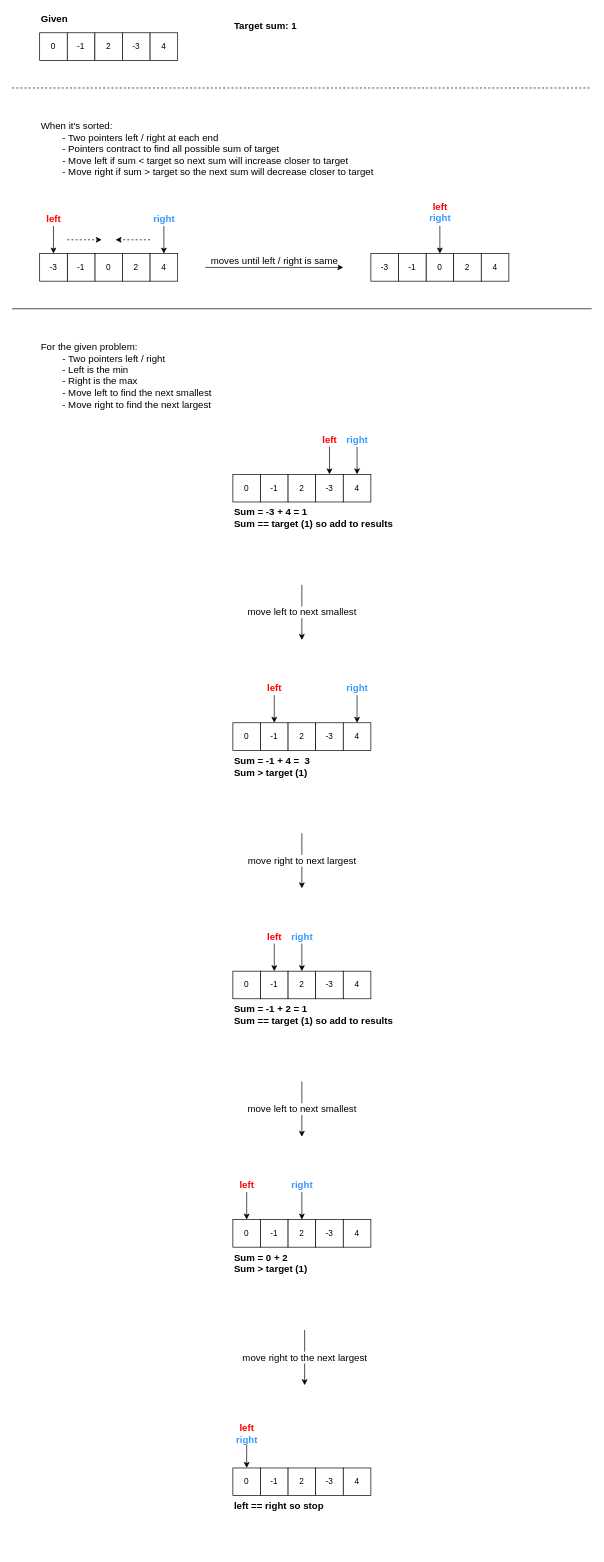
This is page "Page-1" (1 of 3) of 1879-two-sum-vii.drawio from moredrowsy/leetcode, a draw.io file, before an edit. Source tidied: cells renumbered, new cells numbered last; positions are measured from the earlier drawing's top-left corner, leaving out a move shared by most shapes. Both pictures are drawn from the tidied source at 69%, with x=0, y=0 at pixel (12, 12).
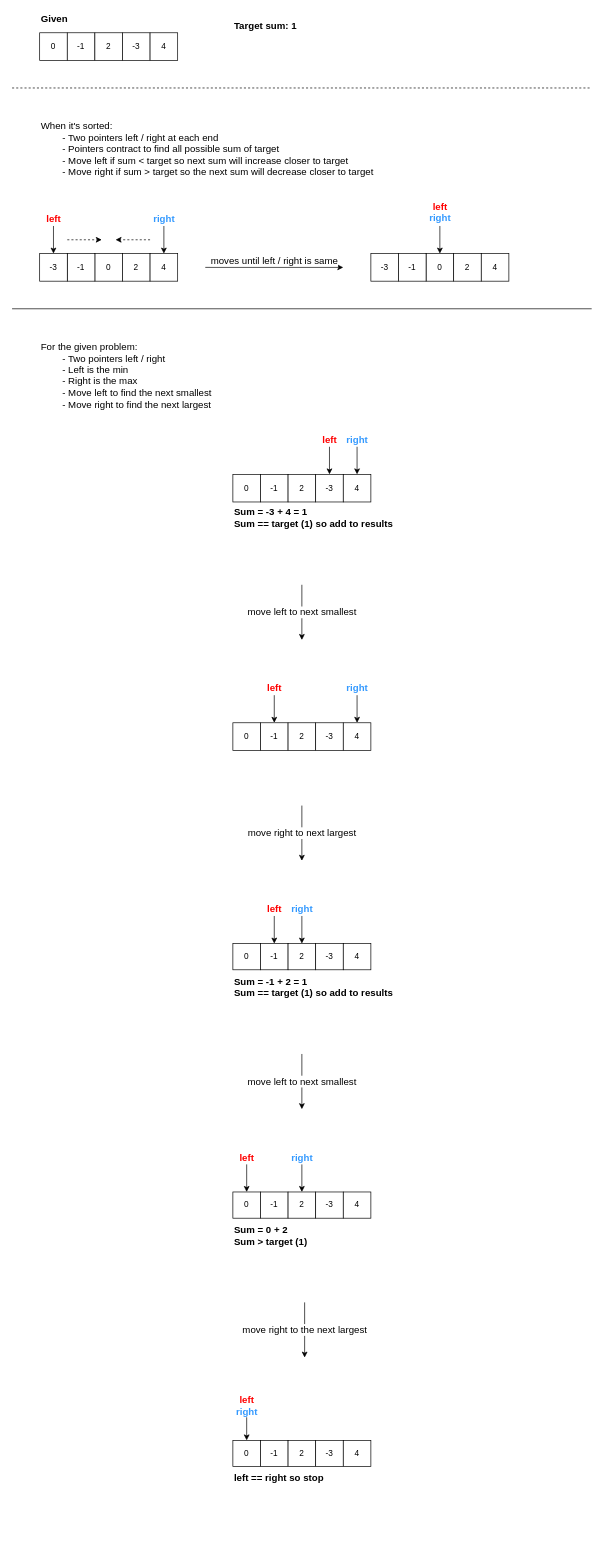
Above is the later version.

Change to the diagram source:
```diff
@@
-    <mxCell id="45" value="Sum = -1 + 4 =&amp;nbsp; 3&lt;br&gt;Sum &amp;gt; target (1)" style="text;html=1;strokeColor=none;fillColor=none;align=left;verticalAlign=top;whiteSpace=wrap;rounded=0;fontSize=14;fontStyle=1;" parent="1" vertex="1">
-      <mxGeometry x="320" y="1070" width="240" height="80" as="geometry" />
-    </mxCell>
     <mxCell id="46" value="0" style="rounded=0;whiteSpace=wrap;html=1;" parent="1" vertex="1">
-      <mxGeometry x="320" y="1390" width="40" height="40" as="geometry" />
+      <mxGeometry x="320" y="1350" width="40" height="38" as="geometry" />
     </mxCell>
     <mxCell id="47" value="-1" style="rounded=0;whiteSpace=wrap;html=1;" parent="1" vertex="1">
-      <mxGeometry x="360" y="1390" width="40" height="40" as="geometry" />
+      <mxGeometry x="360" y="1350" width="40" height="38" as="geometry" />
     </mxCell>
     <mxCell id="48" value="2" style="rounded=0;whiteSpace=wrap;html=1;" parent="1" vertex="1">
-      <mxGeometry x="400" y="1390" width="40" height="40" as="geometry" />
+      <mxGeometry x="400" y="1350" width="40" height="38" as="geometry" />
     </mxCell>
     <mxCell id="49" value="-3" style="rounded=0;whiteSpace=wrap;html=1;" parent="1" vertex="1">
-      <mxGeometry x="440" y="1390" width="40" height="40" as="geometry" />
+      <mxGeometry x="440" y="1350" width="40" height="38" as="geometry" />
     </mxCell>
     <mxCell id="50" value="4" style="rounded=0;whiteSpace=wrap;html=1;" parent="1" vertex="1">
-      <mxGeometry x="480" y="1390" width="40" height="40" as="geometry" />
+      <mxGeometry x="480" y="1350" width="40" height="38" as="geometry" />
     </mxCell>
     <mxCell id="51" value="&lt;font color=&quot;#ff0000&quot;&gt;left&lt;/font&gt;" style="endArrow=classic;html=1;fontStyle=1;fontSize=14;" parent="1" edge="1">
       <mxGeometry x="-1" y="-10" relative="1" as="geometry">
-        <mxPoint x="380" y="1350" as="sourcePoint" />
-        <mxPoint x="380" y="1390" as="targetPoint" />
+        <mxPoint x="380" y="1310" as="sourcePoint" />
+        <mxPoint x="380" y="1350" as="targetPoint" />
         <mxPoint x="10" y="-10" as="offset" />
       </mxGeometry>
     </mxCell>
     <mxCell id="52" value="&lt;font color=&quot;#3399ff&quot;&gt;right&lt;/font&gt;" style="endArrow=classic;html=1;fontStyle=1;fontSize=14;" parent="1" edge="1">
       <mxGeometry x="-1" y="-10" relative="1" as="geometry">
-        <mxPoint x="420" y="1350" as="sourcePoint" />
-        <mxPoint x="420" y="1390" as="targetPoint" />
+        <mxPoint x="420" y="1310" as="sourcePoint" />
+        <mxPoint x="420" y="1350" as="targetPoint" />
         <mxPoint x="10" y="-10" as="offset" />
       </mxGeometry>
     </mxCell>
     <mxCell id="53" value="Sum = -1 + 2 = 1&lt;br&gt;Sum == target (1) so add to results" style="text;html=1;strokeColor=none;fillColor=none;align=left;verticalAlign=top;whiteSpace=wrap;rounded=0;fontSize=14;fontStyle=1;" parent="1" vertex="1">
-      <mxGeometry x="320" y="1430" width="240" height="80" as="geometry" />
+      <mxGeometry x="320" y="1390" width="240" height="78" as="geometry" />
     </mxCell>
     <mxCell id="54" value="0" style="rounded=0;whiteSpace=wrap;html=1;" parent="1" vertex="1">
-      <mxGeometry x="320" y="1750" width="40" height="40" as="geometry" />
+      <mxGeometry x="320" y="1710" width="40" height="38" as="geometry" />
     </mxCell>
     <mxCell id="55" value="-1" style="rounded=0;whiteSpace=wrap;html=1;" parent="1" vertex="1">
-      <mxGeometry x="360" y="1750" width="40" height="40" as="geometry" />
+      <mxGeometry x="360" y="1710" width="40" height="38" as="geometry" />
     </mxCell>
     <mxCell id="56" value="2" style="rounded=0;whiteSpace=wrap;html=1;" parent="1" vertex="1">
-      <mxGeometry x="400" y="1750" width="40" height="40" as="geometry" />
+      <mxGeometry x="400" y="1710" width="40" height="38" as="geometry" />
     </mxCell>
     <mxCell id="57" value="-3" style="rounded=0;whiteSpace=wrap;html=1;" parent="1" vertex="1">
-      <mxGeometry x="440" y="1750" width="40" height="40" as="geometry" />
+      <mxGeometry x="440" y="1710" width="40" height="38" as="geometry" />
     </mxCell>
     <mxCell id="58" value="4" style="rounded=0;whiteSpace=wrap;html=1;" parent="1" vertex="1">
-      <mxGeometry x="480" y="1750" width="40" height="40" as="geometry" />
+      <mxGeometry x="480" y="1710" width="40" height="38" as="geometry" />
     </mxCell>
     <mxCell id="59" value="&lt;font color=&quot;#ff0000&quot;&gt;left&lt;/font&gt;" style="endArrow=classic;html=1;fontStyle=1;fontSize=14;entryX=0.5;entryY=0;entryDx=0;entryDy=0;" parent="1" edge="1" target="54">
       <mxGeometry x="-1" y="-10" relative="1" as="geometry">
-        <mxPoint x="340" y="1710" as="sourcePoint" />
+        <mxPoint x="340" y="1670" as="sourcePoint" />
         <mxPoint x="10" y="-10" as="offset" />
       </mxGeometry>
     </mxCell>
     <mxCell id="60" value="&lt;font color=&quot;#3399ff&quot;&gt;right&lt;/font&gt;" style="endArrow=classic;html=1;fontStyle=1;fontSize=14;entryX=0.5;entryY=0;entryDx=0;entryDy=0;" parent="1" edge="1" target="56">
       <mxGeometry x="-1" y="-10" relative="1" as="geometry">
-        <mxPoint x="420" y="1710" as="sourcePoint" />
+        <mxPoint x="420" y="1670" as="sourcePoint" />
         <mxPoint x="10" y="-10" as="offset" />
       </mxGeometry>
     </mxCell>
     <mxCell id="61" value="Sum = 0 + 2&lt;br&gt;Sum &amp;gt; target (1)" style="text;html=1;strokeColor=none;fillColor=none;align=left;verticalAlign=top;whiteSpace=wrap;rounded=0;fontSize=14;fontStyle=1;" parent="1" vertex="1">
-      <mxGeometry x="320" y="1790" width="240" height="80" as="geometry" />
+      <mxGeometry x="320" y="1750" width="240" height="78" as="geometry" />
     </mxCell>
     <mxCell id="62" value="move right to next largest" style="endArrow=classic;html=1;fontSize=14;" parent="1" edge="1">
       <mxGeometry relative="1" as="geometry">
-        <mxPoint x="420" y="1190" as="sourcePoint" />
-        <mxPoint x="420" y="1270" as="targetPoint" />
+        <mxPoint x="420" y="1150" as="sourcePoint" />
+        <mxPoint x="420" y="1230" as="targetPoint" />
       </mxGeometry>
     </mxCell>
     <mxCell id="63" value="move left to next smallest" style="endArrow=classic;html=1;fontSize=14;" parent="1" edge="1">
       <mxGeometry relative="1" as="geometry">
-        <mxPoint x="420" y="1550" as="sourcePoint" />
-        <mxPoint x="420" y="1630" as="targetPoint" />
+        <mxPoint x="420" y="1510" as="sourcePoint" />
+        <mxPoint x="420" y="1590" as="targetPoint" />
       </mxGeometry>
     </mxCell>
     <mxCell id="64" value="move right to the next largest" style="endArrow=classic;html=1;fontSize=14;" parent="1" edge="1">
       <mxGeometry relative="1" as="geometry">
-        <mxPoint x="424" y="1910" as="sourcePoint" />
-        <mxPoint x="424" y="1990" as="targetPoint" />
+        <mxPoint x="424" y="1870" as="sourcePoint" />
+        <mxPoint x="424" y="1950" as="targetPoint" />
       </mxGeometry>
     </mxCell>
     <mxCell id="65" value="0" style="rounded=0;whiteSpace=wrap;html=1;" parent="1" vertex="1">
-      <mxGeometry x="320" y="2110" width="40" height="40" as="geometry" />
+      <mxGeometry x="320" y="2070" width="40" height="38" as="geometry" />
     </mxCell>
     <mxCell id="66" value="-1" style="rounded=0;whiteSpace=wrap;html=1;" parent="1" vertex="1">
-      <mxGeometry x="360" y="2110" width="40" height="40" as="geometry" />
+      <mxGeometry x="360" y="2070" width="40" height="38" as="geometry" />
     </mxCell>
     <mxCell id="67" value="2" style="rounded=0;whiteSpace=wrap;html=1;" parent="1" vertex="1">
-      <mxGeometry x="400" y="2110" width="40" height="40" as="geometry" />
+      <mxGeometry x="400" y="2070" width="40" height="38" as="geometry" />
     </mxCell>
     <mxCell id="68" value="-3" style="rounded=0;whiteSpace=wrap;html=1;" parent="1" vertex="1">
-      <mxGeometry x="440" y="2110" width="40" height="40" as="geometry" />
+      <mxGeometry x="440" y="2070" width="40" height="38" as="geometry" />
     </mxCell>
     <mxCell id="69" value="4" style="rounded=0;whiteSpace=wrap;html=1;" parent="1" vertex="1">
-      <mxGeometry x="480" y="2110" width="40" height="40" as="geometry" />
+      <mxGeometry x="480" y="2070" width="40" height="38" as="geometry" />
     </mxCell>
     <mxCell id="70" value="left == right so stop" style="text;html=1;strokeColor=none;fillColor=none;align=left;verticalAlign=top;whiteSpace=wrap;rounded=0;fontSize=14;fontStyle=1;" parent="1" vertex="1">
-      <mxGeometry x="320" y="2150" width="240" height="80" as="geometry" />
+      <mxGeometry x="320" y="2110" width="240" height="78" as="geometry" />
     </mxCell>
     <mxCell id="71" value="&lt;font color=&quot;#ff0000&quot;&gt;left&lt;/font&gt;&lt;br&gt;&lt;font color=&quot;#3399ff&quot;&gt;right&lt;/font&gt;" style="endArrow=classic;html=1;fontStyle=1;fontSize=14;entryX=0.5;entryY=0;entryDx=0;entryDy=0;" parent="1" edge="1" target="65">
       <mxGeometry x="-1" y="-10" relative="1" as="geometry">
-        <mxPoint x="340" y="2070" as="sourcePoint" />
+        <mxPoint x="340" y="2030" as="sourcePoint" />
         <mxPoint x="10" y="-10" as="offset" />
       </mxGeometry>
     </mxCell>
```
